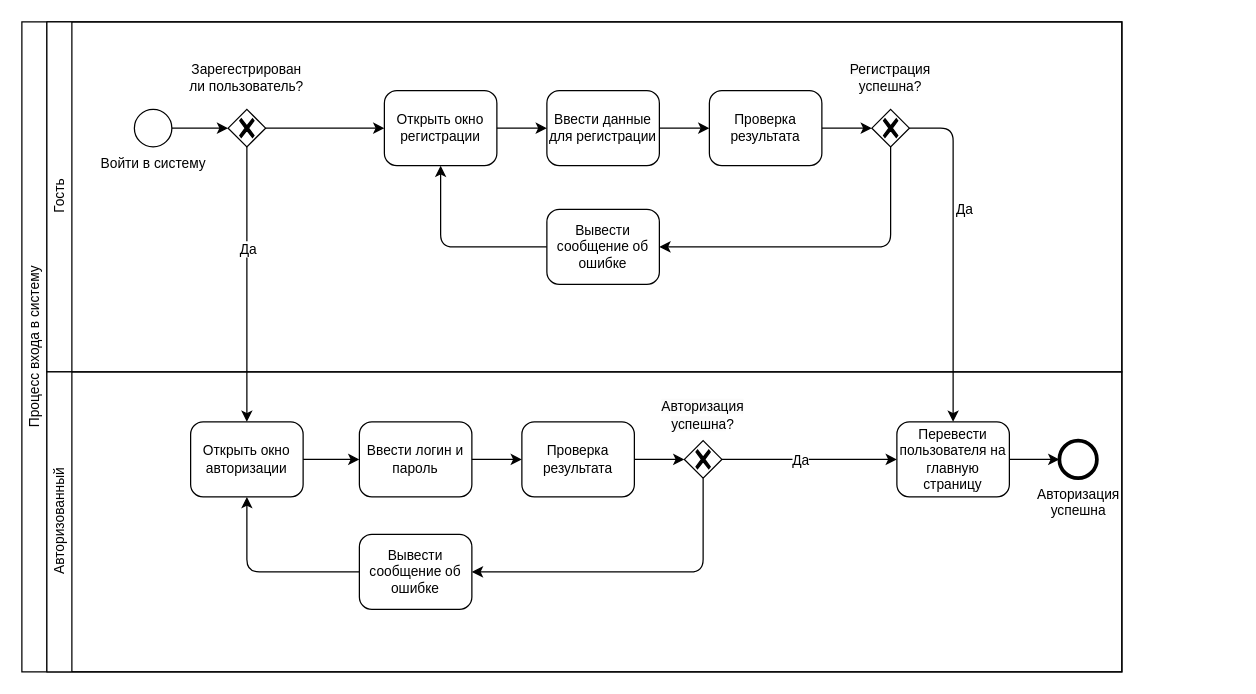
This is page "BPMN1" (1 of 2) of schemes/raws/BPMN.drawio from mshsvnv/SoftwareDesign, a draw.io file, before an edit. Source tidied: cells renumbered, new cells numbered last; positions are measured from the earlier drawing's top-left corner, leaving out a move shared by most shapes. Both pictures are drawn from the tidied source at 125%, with x=0, y=0 at pixel (21, 21).
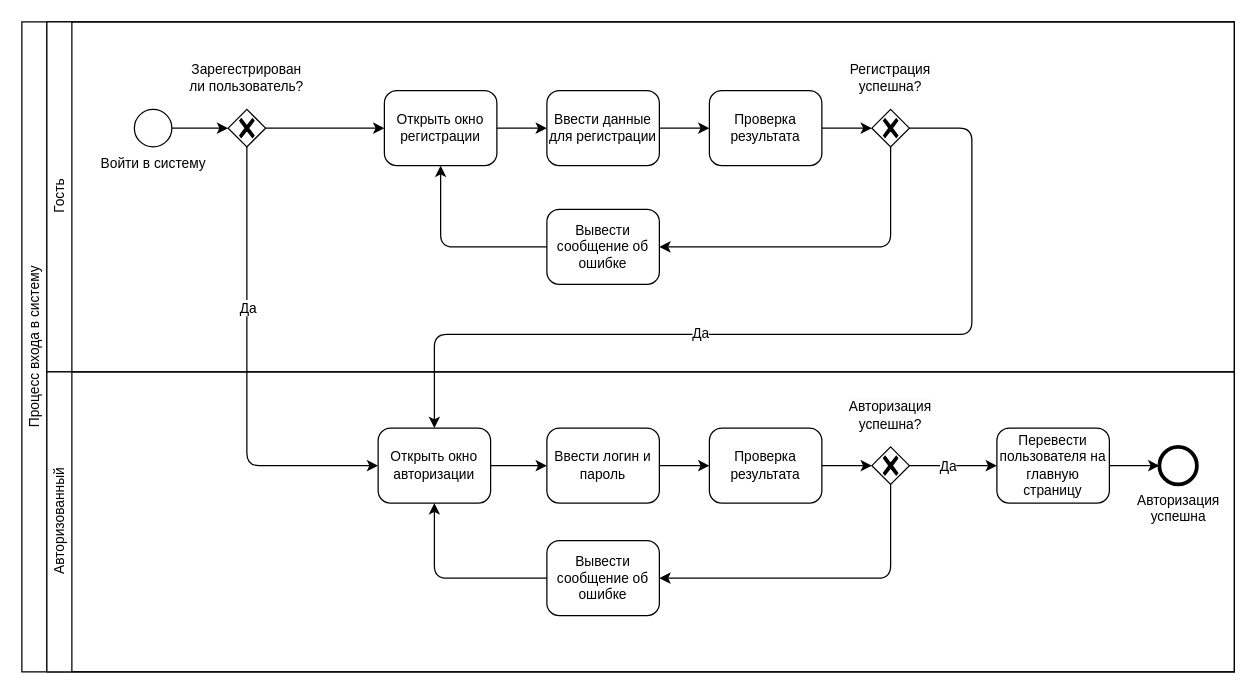
The same diagram, later.

Unchanged cells that the change refers to:
```xml
<mxCell id="10" style="points=[[0.25,0.25,0],[0.5,0,0],[0.75,0.25,0],[1,0.5,0],[0.75,0.75,0],[0.5,1,0],[0.25,0.75,0],[0,0.5,0]];shape=mxgraph.bpmn.gateway2;html=1;verticalLabelPosition=bottom;labelBackgroundColor=#ffffff;verticalAlign=top;align=center;perimeter=rhombusPerimeter;outlineConnect=0;outline=none;symbol=none;gwType=exclusive;fontSize=11;" parent="3" vertex="1">
  <mxGeometry x="145" y="70" width="30" height="30" as="geometry" />
</mxCell>
<mxCell id="12" style="points=[[0.25,0.25,0],[0.5,0,0],[0.75,0.25,0],[1,0.5,0],[0.75,0.75,0],[0.5,1,0],[0.25,0.75,0],[0,0.5,0]];shape=mxgraph.bpmn.gateway2;html=1;verticalLabelPosition=bottom;labelBackgroundColor=#ffffff;verticalAlign=top;align=center;perimeter=rhombusPerimeter;outlineConnect=0;outline=none;symbol=none;gwType=exclusive;fontSize=11;" parent="3" vertex="1">
  <mxGeometry x="660" y="70" width="30" height="30" as="geometry" />
</mxCell>
<mxCell id="34" style="edgeStyle=orthogonalEdgeStyle;shape=connector;rounded=1;jettySize=auto;html=1;exitX=1;exitY=0.5;exitDx=0;exitDy=0;exitPerimeter=0;entryX=0;entryY=0.5;entryDx=0;entryDy=0;entryPerimeter=0;labelBackgroundColor=default;strokeColor=default;align=center;verticalAlign=middle;fontFamily=Helvetica;fontSize=11;fontColor=default;endArrow=classic;" parent="24" edge="1" source="30" target="38">
  <mxGeometry relative="1" as="geometry" />
</mxCell>
```

What changed in the source:
```diff
@@
     <mxCell id="2" value="Процесс входа в систему" style="swimlane;html=1;horizontal=0;startSize=20;whiteSpace=wrap;fontStyle=0;fontSize=11;" parent="1" vertex="1">
-      <mxGeometry width="880" height="520" as="geometry" />
+      <mxGeometry width="970" height="520" as="geometry" />
     </mxCell>
     <mxCell id="3" value="Гость" style="swimlane;html=1;startSize=20;horizontal=0;fontStyle=0;fontSize=11;" parent="2" vertex="1">
-      <mxGeometry x="20" width="860" height="280" as="geometry" />
+      <mxGeometry x="20" width="950" height="280" as="geometry" />
     </mxCell>
@@
-    <mxCell id="20" style="edgeStyle=orthogonalEdgeStyle;rounded=0;jettySize=auto;html=1;exitX=0.5;exitY=1;exitDx=0;exitDy=0;exitPerimeter=0;fontSize=11;" parent="2" edge="1" source="10" target="26">
+    <mxCell id="20" style="edgeStyle=orthogonalEdgeStyle;rounded=1;jettySize=auto;html=1;exitX=0.5;exitY=1;exitDx=0;exitDy=0;exitPerimeter=0;fontSize=11;entryX=0;entryY=0.5;entryDx=0;entryDy=0;entryPerimeter=0;" parent="2" edge="1" source="10" target="26">
       <mxGeometry relative="1" as="geometry" />
     </mxCell>
@@
-    <mxCell id="22" style="edgeStyle=orthogonalEdgeStyle;rounded=1;jettySize=auto;html=1;exitX=1;exitY=0.5;exitDx=0;exitDy=0;exitPerimeter=0;entryX=0.5;entryY=0;entryDx=0;entryDy=0;entryPerimeter=0;fontSize=11;" parent="2" edge="1" source="12" target="38">
-      <mxGeometry relative="1" as="geometry" />
+    <mxCell id="22" style="edgeStyle=orthogonalEdgeStyle;rounded=1;jettySize=auto;html=1;exitX=1;exitY=0.5;exitDx=0;exitDy=0;exitPerimeter=0;entryX=0.5;entryY=0;entryDx=0;entryDy=0;entryPerimeter=0;fontSize=11;" parent="2" edge="1" source="12" target="26">
+      <mxGeometry relative="1" as="geometry">
+        <Array as="points">
+          <mxPoint x="760" y="85" />
+          <mxPoint x="760" y="250" />
+          <mxPoint x="330" y="250" />
+        </Array>
+      </mxGeometry>
     </mxCell>
     <mxCell id="23" value="Да" style="edgeLabel;html=1;align=center;verticalAlign=middle;fontSize=11;" parent="22" vertex="1">
       <mxGeometry x="-0.26" y="-1" relative="1" as="geometry">
-        <mxPoint x="9" y="-1" as="offset" />
+        <mxPoint x="-167" y="-1" as="offset" />
       </mxGeometry>
     </mxCell>
     <mxCell id="24" value="Авторизованный" style="swimlane;html=1;startSize=20;horizontal=0;fontStyle=0;fontSize=11;" parent="2" vertex="1">
-      <mxGeometry x="20" y="280" width="860" height="240" as="geometry" />
+      <mxGeometry x="20" y="280" width="950" height="240" as="geometry" />
     </mxCell>
     <mxCell id="25" value="Ввести логин и пароль" style="points=[[0.25,0,0],[0.5,0,0],[0.75,0,0],[1,0.25,0],[1,0.5,0],[1,0.75,0],[0.75,1,0],[0.5,1,0],[0.25,1,0],[0,0.75,0],[0,0.5,0],[0,0.25,0]];shape=mxgraph.bpmn.task;whiteSpace=wrap;rectStyle=rounded;size=10;html=1;taskMarker=abstract;fontSize=11;" parent="24" vertex="1">
-      <mxGeometry x="250" y="40" width="90" height="60" as="geometry" />
+      <mxGeometry x="400" y="45" width="90" height="60" as="geometry" />
     </mxCell>
     <mxCell id="26" value="Открыть окно авторизации" style="points=[[0.25,0,0],[0.5,0,0],[0.75,0,0],[1,0.25,0],[1,0.5,0],[1,0.75,0],[0.75,1,0],[0.5,1,0],[0.25,1,0],[0,0.75,0],[0,0.5,0],[0,0.25,0]];shape=mxgraph.bpmn.task;whiteSpace=wrap;rectStyle=rounded;size=10;html=1;taskMarker=abstract;fontSize=11;" parent="24" vertex="1">
-      <mxGeometry x="115" y="40" width="90" height="60" as="geometry" />
+      <mxGeometry x="265" y="45" width="90" height="60" as="geometry" />
     </mxCell>
@@
     <mxCell id="28" value="Проверка результата" style="points=[[0.25,0,0],[0.5,0,0],[0.75,0,0],[1,0.25,0],[1,0.5,0],[1,0.75,0],[0.75,1,0],[0.5,1,0],[0.25,1,0],[0,0.75,0],[0,0.5,0],[0,0.25,0]];shape=mxgraph.bpmn.task;whiteSpace=wrap;rectStyle=rounded;size=10;html=1;taskMarker=abstract;fontSize=11;" parent="24" vertex="1">
-      <mxGeometry x="380" y="40" width="90" height="60" as="geometry" />
+      <mxGeometry x="530" y="45" width="90" height="60" as="geometry" />
     </mxCell>
@@
     <mxCell id="30" style="points=[[0.25,0.25,0],[0.5,0,0],[0.75,0.25,0],[1,0.5,0],[0.75,0.75,0],[0.5,1,0],[0.25,0.75,0],[0,0.5,0]];shape=mxgraph.bpmn.gateway2;html=1;verticalLabelPosition=bottom;labelBackgroundColor=#ffffff;verticalAlign=top;align=center;perimeter=rhombusPerimeter;outlineConnect=0;outline=none;symbol=none;gwType=exclusive;fontSize=11;" parent="24" vertex="1">
-      <mxGeometry x="510" y="55" width="30" height="30" as="geometry" />
+      <mxGeometry x="660" y="60" width="30" height="30" as="geometry" />
     </mxCell>
     <mxCell id="31" value="&lt;span style=&quot;background-color: rgb(251, 251, 251); font-size: 11px;&quot;&gt;Авторизация успешна&lt;/span&gt;&lt;span style=&quot;background-color: rgb(255, 255, 255); font-size: 11px;&quot;&gt;?&lt;/span&gt;" style="text;html=1;strokeColor=none;fillColor=none;align=center;verticalAlign=middle;whiteSpace=wrap;rounded=0;fontSize=11;" parent="24" vertex="1">
-      <mxGeometry x="470" y="20" width="110" height="30" as="geometry" />
+      <mxGeometry x="620" y="20" width="110" height="30" as="geometry" />
     </mxCell>
     <mxCell id="32" value="Вывести сообщение об ошибке" style="points=[[0.25,0,0],[0.5,0,0],[0.75,0,0],[1,0.25,0],[1,0.5,0],[1,0.75,0],[0.75,1,0],[0.5,1,0],[0.25,1,0],[0,0.75,0],[0,0.5,0],[0,0.25,0]];shape=mxgraph.bpmn.task;whiteSpace=wrap;rectStyle=rounded;size=10;html=1;taskMarker=abstract;fontSize=11;" parent="24" vertex="1">
-      <mxGeometry x="250" y="130" width="90" height="60" as="geometry" />
+      <mxGeometry x="400" y="135" width="90" height="60" as="geometry" />
     </mxCell>
@@
     <mxCell id="35" value="Да" style="edgeLabel;html=1;align=center;verticalAlign=middle;fontSize=11;fontFamily=Helvetica;fontColor=default;" parent="34" vertex="1">
       <mxGeometry x="-0.29" relative="1" as="geometry">
-        <mxPoint x="12" as="offset" />
+        <mxPoint x="5" as="offset" />
       </mxGeometry>
     </mxCell>
@@
     <mxCell id="38" value="Перевести пользователя на главную страницу" style="points=[[0.25,0,0],[0.5,0,0],[0.75,0,0],[1,0.25,0],[1,0.5,0],[1,0.75,0],[0.75,1,0],[0.5,1,0],[0.25,1,0],[0,0.75,0],[0,0.5,0],[0,0.25,0]];shape=mxgraph.bpmn.task;whiteSpace=wrap;rectStyle=rounded;size=10;html=1;taskMarker=abstract;fontSize=11;" parent="24" vertex="1">
-      <mxGeometry x="680" y="40" width="90" height="60" as="geometry" />
+      <mxGeometry x="760" y="45" width="90" height="60" as="geometry" />
     </mxCell>
     <mxCell id="39" value="Авторизация&lt;br style=&quot;font-size: 11px;&quot;&gt;успешна" style="points=[[0.145,0.145,0],[0.5,0,0],[0.855,0.145,0],[1,0.5,0],[0.855,0.855,0],[0.5,1,0],[0.145,0.855,0],[0,0.5,0]];shape=mxgraph.bpmn.event;html=1;verticalLabelPosition=bottom;labelBackgroundColor=#ffffff;verticalAlign=top;align=center;perimeter=ellipsePerimeter;outlineConnect=0;outline=end;symbol=terminate2;fontFamily=Helvetica;fontSize=11;fontColor=default;" parent="24" vertex="1">
-      <mxGeometry x="810" y="55" width="30" height="30" as="geometry" />
+      <mxGeometry x="890" y="60" width="30" height="30" as="geometry" />
     </mxCell>
```
